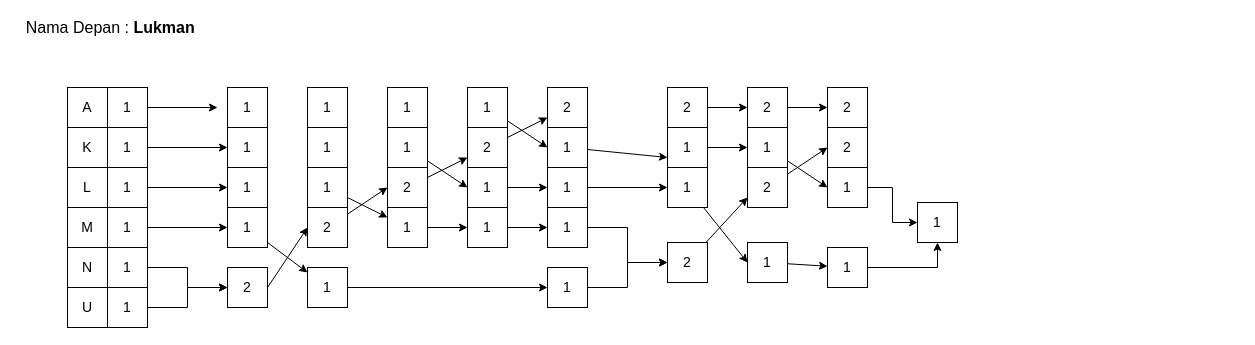
Before: Untitled Diagram.drawio in lukmanprasetyo/Flowchart-Information-Theory, a draw.io diagram. Source tidied: cells renumbered, new cells numbered last; positions are measured from the earlier drawing's top-left corner, leaving out a move shared by most shapes. Both pictures are drawn from the tidied source at 100%, with x=0, y=0 at pixel (17, 17).
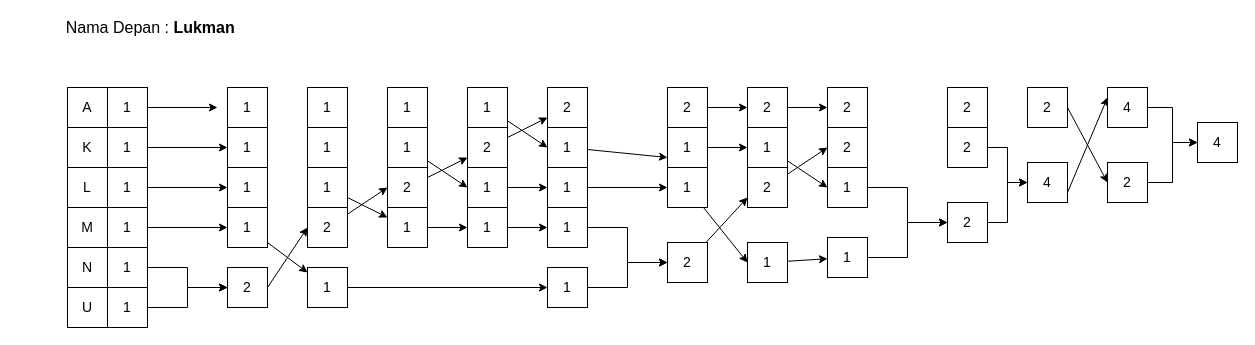
The same diagram, later.

What changed in the source:
```diff
@@
     <mxCell id="3" value="Nama Depan : &lt;b style=&quot;font-size: 16px;&quot;&gt;Lukman&amp;nbsp;&lt;/b&gt;" style="text;html=1;align=center;verticalAlign=middle;fontSize=16;" parent="1" vertex="1">
-      <mxGeometry width="190" height="20" as="geometry" />
+      <mxGeometry x="40" width="190" height="20" as="geometry" />
     </mxCell>
@@
     <mxCell id="81" value="1" style="rounded=0;whiteSpace=wrap;html=1;fontSize=14;" parent="1" vertex="1">
-      <mxGeometry x="810" y="230" width="40" height="40" as="geometry" />
+      <mxGeometry x="810" y="220" width="40" height="40" as="geometry" />
     </mxCell>
+    <mxCell id="83" style="edgeStyle=orthogonalEdgeStyle;rounded=0;jettySize=auto;html=1;fontSize=14;" parent="1" edge="1" source="82" target="88">
+      <mxGeometry relative="1" as="geometry" />
+    </mxCell>
-    <mxCell id="82" value="1" style="rounded=0;whiteSpace=wrap;html=1;fontSize=14;" parent="1" vertex="1">
-      <mxGeometry x="900" y="185" width="40" height="40" as="geometry" />
+    <mxCell id="82" value="2" style="rounded=0;whiteSpace=wrap;html=1;fontSize=14;" parent="1" vertex="1">
+      <mxGeometry x="930" y="185" width="40" height="40" as="geometry" />
     </mxCell>
+    <mxCell id="84" value="2" style="rounded=0;whiteSpace=wrap;html=1;fontSize=14;" parent="1" vertex="1">
+      <mxGeometry x="930" y="70" width="40" height="40" as="geometry" />
+    </mxCell>
+    <mxCell id="85" style="edgeStyle=orthogonalEdgeStyle;rounded=0;jettySize=auto;html=1;fontSize=14;" parent="1" edge="1" source="86" target="88">
+      <mxGeometry relative="1" as="geometry" />
+    </mxCell>
+    <mxCell id="86" value="2" style="rounded=0;whiteSpace=wrap;html=1;fontSize=14;" parent="1" vertex="1">
+      <mxGeometry x="930" y="110" width="40" height="40" as="geometry" />
+    </mxCell>
+    <mxCell id="87" style="edgeStyle=none;rounded=0;jettySize=auto;html=1;fontSize=14;entryX=0;entryY=0.25;entryDx=0;entryDy=0;exitX=1;exitY=0.75;exitDx=0;exitDy=0;" parent="1" edge="1" source="88" target="92">
+      <mxGeometry relative="1" as="geometry" />
+    </mxCell>
+    <mxCell id="88" value="4" style="rounded=0;whiteSpace=wrap;html=1;fontSize=14;" parent="1" vertex="1">
+      <mxGeometry x="1010" y="145" width="40" height="40" as="geometry" />
+    </mxCell>
+    <mxCell id="89" style="edgeStyle=none;rounded=0;jettySize=auto;html=1;fontSize=14;entryX=0;entryY=0.5;entryDx=0;entryDy=0;exitX=1;exitY=0.5;exitDx=0;exitDy=0;" parent="1" edge="1" source="90" target="94">
+      <mxGeometry relative="1" as="geometry" />
+    </mxCell>
+    <mxCell id="90" value="2" style="rounded=0;whiteSpace=wrap;html=1;fontSize=14;" parent="1" vertex="1">
+      <mxGeometry x="1010" y="70" width="40" height="40" as="geometry" />
+    </mxCell>
+    <mxCell id="91" style="edgeStyle=orthogonalEdgeStyle;rounded=0;jettySize=auto;html=1;fontSize=14;" parent="1" edge="1" source="92" target="96">
+      <mxGeometry relative="1" as="geometry" />
+    </mxCell>
+    <mxCell id="92" value="4" style="rounded=0;whiteSpace=wrap;html=1;fontSize=14;" parent="1" vertex="1">
+      <mxGeometry x="1090" y="70" width="40" height="40" as="geometry" />
+    </mxCell>
+    <mxCell id="93" style="edgeStyle=orthogonalEdgeStyle;rounded=0;jettySize=auto;html=1;fontSize=14;" parent="1" edge="1" source="94" target="96">
+      <mxGeometry relative="1" as="geometry" />
+    </mxCell>
+    <mxCell id="94" value="2" style="rounded=0;whiteSpace=wrap;html=1;fontSize=14;" parent="1" vertex="1">
+      <mxGeometry x="1090" y="145" width="40" height="40" as="geometry" />
+    </mxCell>
+    <mxCell id="95" style="edgeStyle=none;rounded=0;orthogonalLoop=1;jettySize=auto;html=1;entryX=1;entryY=0.5;entryDx=0;entryDy=0;fontSize=14;" parent="1" edge="1" source="90" target="90">
+      <mxGeometry relative="1" as="geometry" />
+    </mxCell>
+    <mxCell id="96" value="4" style="rounded=0;whiteSpace=wrap;html=1;fontSize=14;" parent="1" vertex="1">
+      <mxGeometry x="1180" y="105" width="40" height="40" as="geometry" />
+    </mxCell>
```
